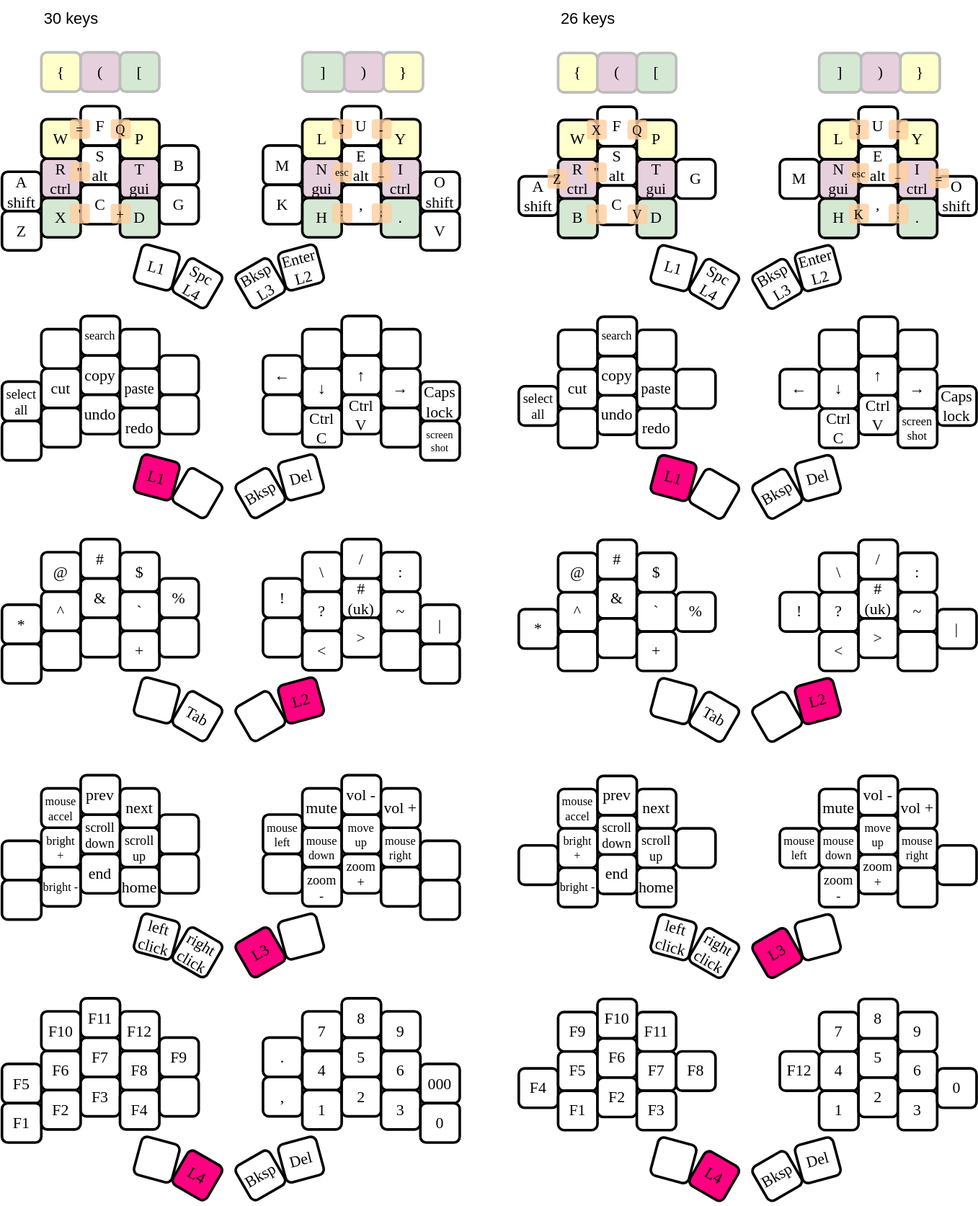
The draw.io diagram images/keymap.svg in smallwat3r/vial-keymap, before a commit. Source tidied: cells renumbered, new cells last; positions are measured from the earlier drawing's top-left corner, leaving out a move shared by most shapes.
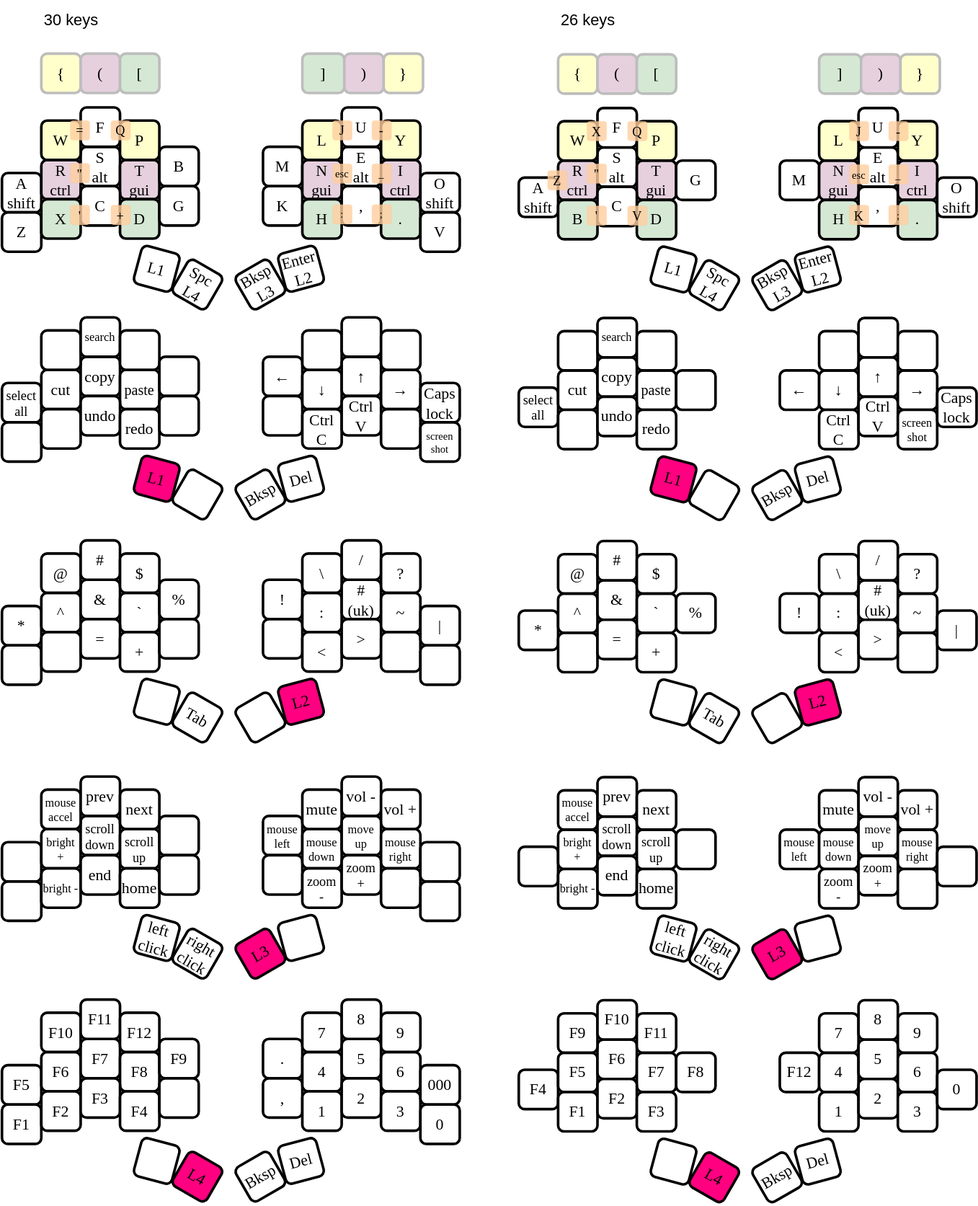
After the commit.

The edit, as a diff of the source:
```diff
@@ -245,7 +245,7 @@
     <mxCell id="82" value="`" style="whiteSpace=wrap;glass=0;rounded=1;shadow=0;textShadow=0;fontSize=12;strokeWidth=2;perimeterSpacing=2;flipV=1;flipH=1;fontFamily=Comic Sans MS;fontStyle=0;" parent="1" vertex="1">
       <mxGeometry x="90" y="451.5" width="30" height="30" as="geometry" />
     </mxCell>
-    <mxCell id="83" style="whiteSpace=wrap;glass=0;rounded=1;shadow=0;textShadow=0;strokeWidth=2;perimeterSpacing=2;flipV=1;flipH=1;fontFamily=Comic Sans MS;fontStyle=0;" parent="1" vertex="1">
+    <mxCell id="83" value="=" style="whiteSpace=wrap;glass=0;rounded=1;shadow=0;textShadow=0;strokeWidth=2;perimeterSpacing=2;flipV=1;flipH=1;fontFamily=Comic Sans MS;fontStyle=0;" parent="1" vertex="1">
       <mxGeometry x="60" y="471.5" width="30" height="30" as="geometry" />
     </mxCell>
     <mxCell id="84" value="+" style="whiteSpace=wrap;glass=0;rounded=1;shadow=0;textShadow=0;strokeWidth=2;perimeterSpacing=2;flipV=1;flipH=1;fontFamily=Comic Sans MS;fontStyle=0;" parent="1" vertex="1">
@@ -272,7 +272,7 @@
     <mxCell id="91" style="whiteSpace=wrap;glass=0;rounded=1;shadow=0;textShadow=0;strokeWidth=2;perimeterSpacing=2;flipV=1;flipH=1;fontFamily=Comic Sans MS;fontStyle=0;" parent="1" vertex="1">
       <mxGeometry x="199" y="471.5" width="30" height="30" as="geometry" />
     </mxCell>
-    <mxCell id="92" value="?" style="whiteSpace=wrap;glass=0;rounded=1;shadow=0;textShadow=0;strokeWidth=2;perimeterSpacing=2;flipV=1;flipH=1;fontFamily=Comic Sans MS;fontStyle=0;" parent="1" vertex="1">
+    <mxCell id="92" value=":" style="whiteSpace=wrap;glass=0;rounded=1;shadow=0;textShadow=0;strokeWidth=2;perimeterSpacing=2;flipV=1;flipH=1;fontFamily=Comic Sans MS;fontStyle=0;" parent="1" vertex="1">
       <mxGeometry x="229" y="451.5" width="30" height="30" as="geometry" />
     </mxCell>
     <mxCell id="93" value="&lt;" style="whiteSpace=wrap;glass=0;rounded=1;shadow=0;textShadow=0;strokeWidth=2;perimeterSpacing=2;flipV=1;flipH=1;fontFamily=Comic Sans MS;fontStyle=0;" parent="1" vertex="1">
@@ -296,7 +296,7 @@
     <mxCell id="99" style="whiteSpace=wrap;glass=0;rounded=1;shadow=0;textShadow=0;strokeWidth=2;perimeterSpacing=2;flipV=1;flipH=1;fontFamily=Comic Sans MS;fontStyle=0;" parent="1" vertex="1">
       <mxGeometry x="289" y="481.5" width="30" height="30" as="geometry" />
     </mxCell>
-    <mxCell id="100" value=":" style="whiteSpace=wrap;glass=0;rounded=1;shadow=0;textShadow=0;strokeWidth=2;perimeterSpacing=2;flipV=1;flipH=1;fontFamily=Comic Sans MS;fontStyle=0;" parent="1" vertex="1">
+    <mxCell id="100" value="?" style="whiteSpace=wrap;glass=0;rounded=1;shadow=0;textShadow=0;strokeWidth=2;perimeterSpacing=2;flipV=1;flipH=1;fontFamily=Comic Sans MS;fontStyle=0;" parent="1" vertex="1">
       <mxGeometry x="289" y="421.5" width="30" height="30" as="geometry" />
     </mxCell>
     <mxCell id="101" value="|" style="whiteSpace=wrap;glass=0;rounded=1;shadow=0;textShadow=0;strokeWidth=2;perimeterSpacing=2;flipV=1;flipH=1;fontFamily=Comic Sans MS;fontStyle=0;" parent="1" vertex="1">
@@ -719,7 +719,7 @@
     <mxCell id="240" value="`" style="whiteSpace=wrap;glass=0;rounded=1;shadow=0;textShadow=0;fontSize=12;strokeWidth=2;perimeterSpacing=2;flipV=1;flipH=1;fontFamily=Comic Sans MS;fontStyle=0;" parent="1" vertex="1">
       <mxGeometry x="484" y="452" width="30" height="30" as="geometry" />
     </mxCell>
-    <mxCell id="241" style="whiteSpace=wrap;glass=0;rounded=1;shadow=0;textShadow=0;strokeWidth=2;perimeterSpacing=2;flipV=1;flipH=1;fontFamily=Comic Sans MS;fontStyle=0;" parent="1" vertex="1">
+    <mxCell id="241" value="=" style="whiteSpace=wrap;glass=0;rounded=1;shadow=0;textShadow=0;strokeWidth=2;perimeterSpacing=2;flipV=1;flipH=1;fontFamily=Comic Sans MS;fontStyle=0;" parent="1" vertex="1">
       <mxGeometry x="454" y="472" width="30" height="30" as="geometry" />
     </mxCell>
     <mxCell id="242" value="+" style="whiteSpace=wrap;glass=0;rounded=1;shadow=0;textShadow=0;strokeWidth=2;perimeterSpacing=2;flipV=1;flipH=1;fontFamily=Comic Sans MS;fontStyle=0;" parent="1" vertex="1">
@@ -740,7 +740,7 @@
     <mxCell id="247" value="!" style="whiteSpace=wrap;glass=0;rounded=1;shadow=0;textShadow=0;strokeWidth=2;perimeterSpacing=2;flipV=1;flipH=1;fontFamily=Comic Sans MS;fontStyle=0;" parent="1" vertex="1">
       <mxGeometry x="593" y="452" width="30" height="30" as="geometry" />
     </mxCell>
-    <mxCell id="248" value="?" style="whiteSpace=wrap;glass=0;rounded=1;shadow=0;textShadow=0;strokeWidth=2;perimeterSpacing=2;flipV=1;flipH=1;fontFamily=Comic Sans MS;fontStyle=0;" parent="1" vertex="1">
+    <mxCell id="248" value=":" style="whiteSpace=wrap;glass=0;rounded=1;shadow=0;textShadow=0;strokeWidth=2;perimeterSpacing=2;flipV=1;flipH=1;fontFamily=Comic Sans MS;fontStyle=0;" parent="1" vertex="1">
       <mxGeometry x="623" y="452" width="30" height="30" as="geometry" />
     </mxCell>
     <mxCell id="249" value="&lt;" style="whiteSpace=wrap;glass=0;rounded=1;shadow=0;textShadow=0;strokeWidth=2;perimeterSpacing=2;flipV=1;flipH=1;fontFamily=Comic Sans MS;fontStyle=0;" parent="1" vertex="1">
@@ -764,7 +764,7 @@
     <mxCell id="255" style="whiteSpace=wrap;glass=0;rounded=1;shadow=0;textShadow=0;strokeWidth=2;perimeterSpacing=2;flipV=1;flipH=1;fontFamily=Comic Sans MS;fontStyle=0;" parent="1" vertex="1">
       <mxGeometry x="683" y="482" width="30" height="30" as="geometry" />
     </mxCell>
-    <mxCell id="256" value=":" style="whiteSpace=wrap;glass=0;rounded=1;shadow=0;textShadow=0;strokeWidth=2;perimeterSpacing=2;flipV=1;flipH=1;fontFamily=Comic Sans MS;fontStyle=0;" parent="1" vertex="1">
+    <mxCell id="256" value="?" style="whiteSpace=wrap;glass=0;rounded=1;shadow=0;textShadow=0;strokeWidth=2;perimeterSpacing=2;flipV=1;flipH=1;fontFamily=Comic Sans MS;fontStyle=0;" parent="1" vertex="1">
       <mxGeometry x="683" y="422" width="30" height="30" as="geometry" />
     </mxCell>
     <mxCell id="257" value="|" style="whiteSpace=wrap;glass=0;rounded=1;shadow=0;textShadow=0;strokeWidth=2;perimeterSpacing=2;flipV=1;flipH=1;fontFamily=Comic Sans MS;fontStyle=0;" parent="1" vertex="1">
@@ -953,8 +953,5 @@
     <mxCell id="318" value="Z" style="glass=0;rounded=1;shadow=0;textShadow=0;strokeWidth=0;perimeterSpacing=0;flipV=1;flipH=1;fontSize=10;opacity=80;fillColor=#FFCE9F;verticalAlign=middle;fontFamily=Comic Sans MS;fontStyle=0;strokeColor=#FFB570;labelBackgroundColor=none;labelBorderColor=none;whiteSpace=wrap;dashed=1;dashPattern=8 8;" parent="1" vertex="1">
       <mxGeometry x="416" y="129.5" width="15" height="15" as="geometry" />
     </mxCell>
-    <mxCell id="319" value="=" style="glass=0;rounded=1;shadow=0;textShadow=0;strokeWidth=0;perimeterSpacing=0;flipV=1;flipH=1;fontSize=10;opacity=80;fillColor=#FFCE9F;verticalAlign=middle;fontFamily=Comic Sans MS;fontStyle=0;strokeColor=#FFB570;labelBackgroundColor=none;labelBorderColor=none;whiteSpace=wrap;dashed=1;dashPattern=8 8;" parent="1" vertex="1">
-      <mxGeometry x="707" y="129" width="15" height="15" as="geometry" />
-    </mxCell>
   </root>
 </mxGraphModel>
```
